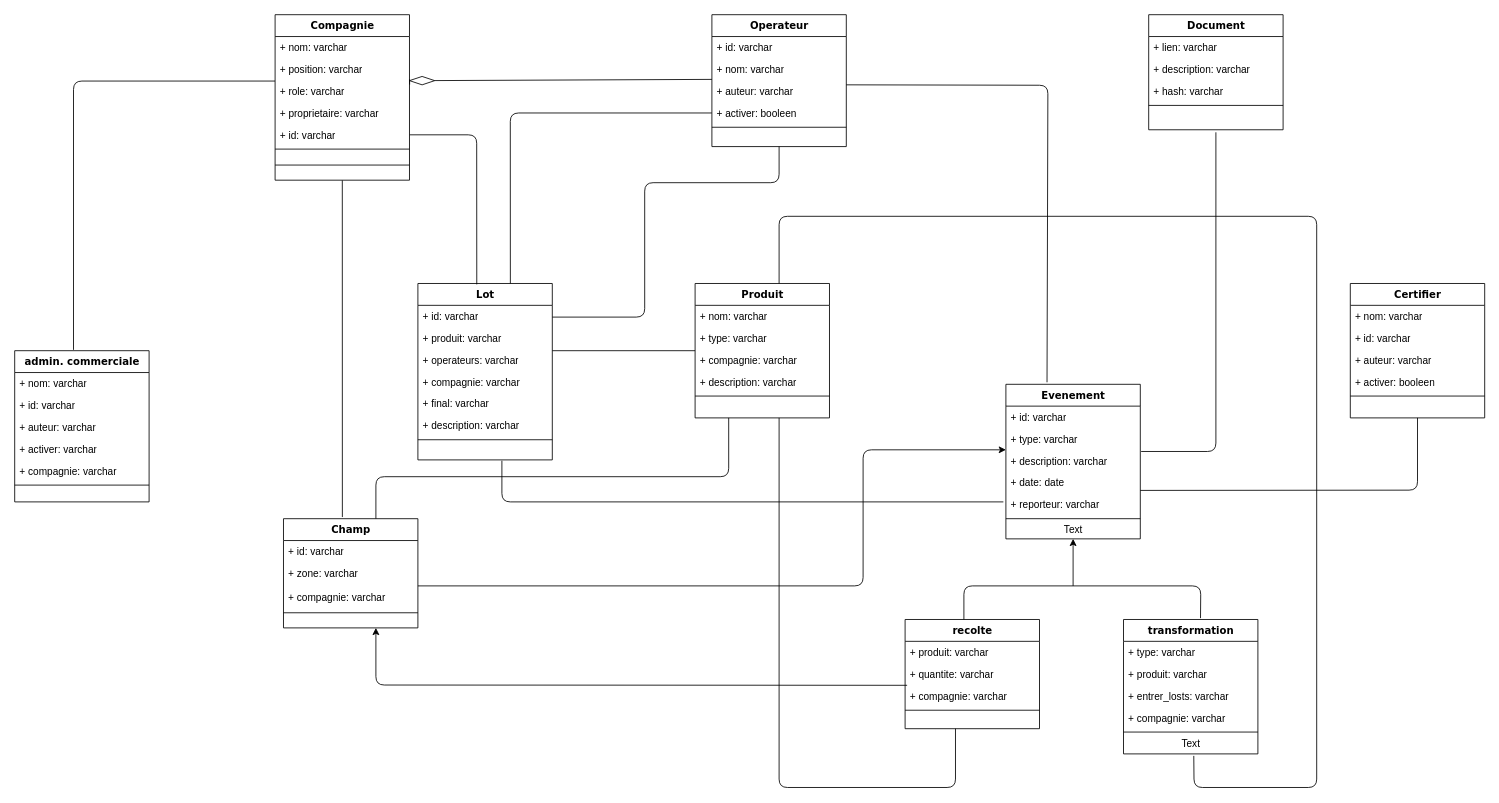
This is Untitled Diagram.drawio from loosker95/diagram, a draw.io file, before an edit. Source tidied: cells renumbered, new cells numbered last; positions are measured from the earlier drawing's top-left corner, leaving out a move shared by most shapes. Both pictures are drawn from the tidied source at 84%, with x=0, y=0 at pixel (14, 14).
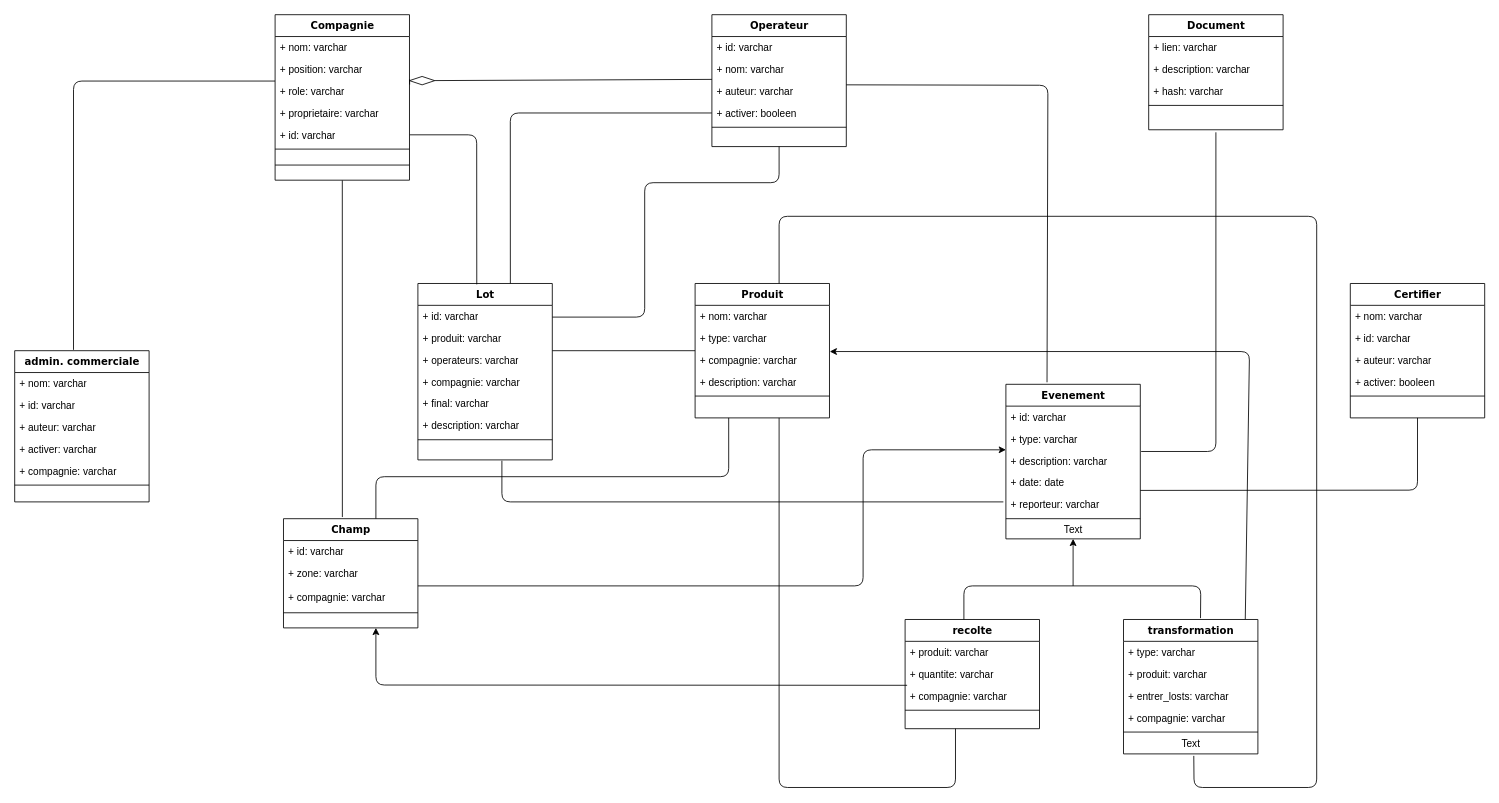
The same diagram, later.

Unchanged cells that the change refers to:
```xml
<mxCell id="18" value="+ compagnie: varchar" style="text;html=1;strokeColor=none;fillColor=none;align=left;verticalAlign=top;spacingLeft=4;spacingRight=4;whiteSpace=wrap;overflow=hidden;points=[[0,0.5],[1,0.5]];portConstraint=eastwest;" parent="15" vertex="1">
  <mxGeometry y="78" width="160" height="26" as="geometry" />
</mxCell>
<mxCell id="45" value="transformation" style="swimlane;html=1;fontStyle=1;align=center;verticalAlign=top;horizontal=1;startSize=26;swimlaneFillColor=#ffffff;rounded=0;shadow=0;comic=0;labelBackgroundColor=none;strokeWidth=1;fillColor=none;fontFamily=Verdana;fontSize=12;" parent="1" vertex="1">
  <mxGeometry x="1320" y="720" width="160" height="160" as="geometry" />
</mxCell>
```

The edit, as a diff of the source:
```diff
@@
+    <mxCell id="93" style="endArrow=classic;html=1;entryX=1.002;entryY=0.115;entryDx=0;entryDy=0;entryPerimeter=0;exitX=0.906;exitY=-0.002;exitDx=0;exitDy=0;exitPerimeter=0;" parent="1" edge="1" source="45" target="18">
+      <mxGeometry relative="1" as="geometry">
+        <Array as="points">
+          <mxPoint x="1470" y="401" />
+        </Array>
+      </mxGeometry>
+    </mxCell>
```
